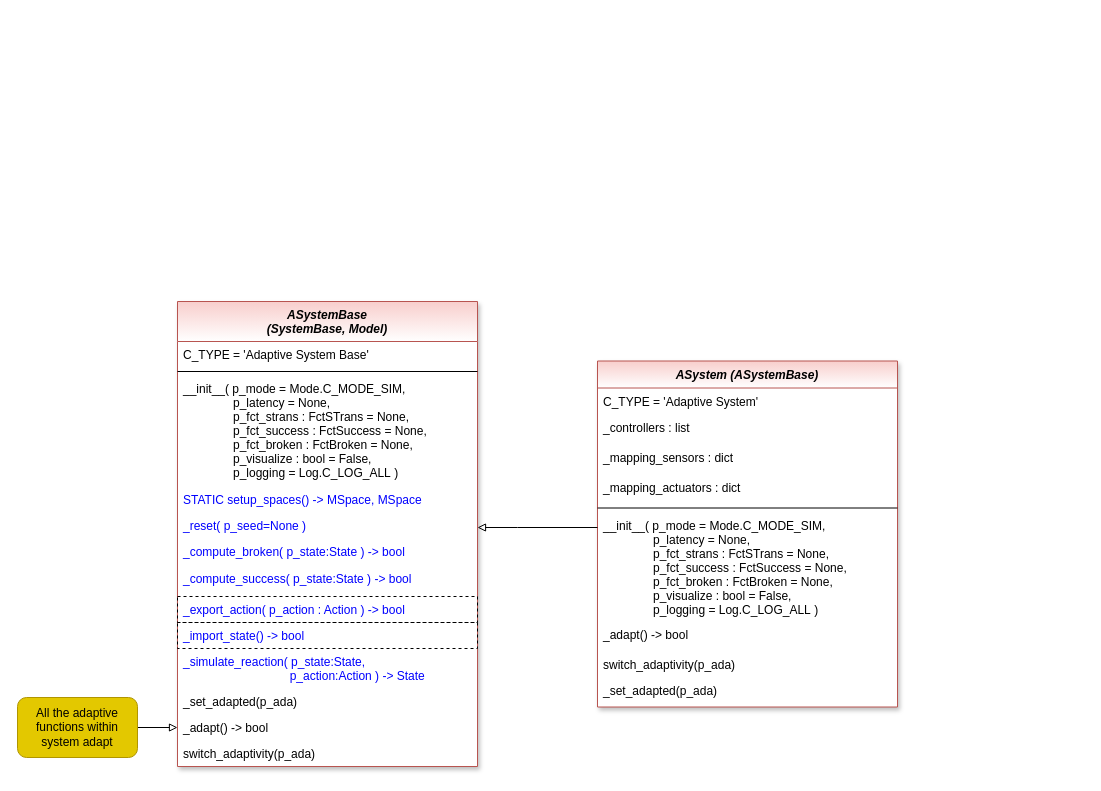
fhswf/MLPro keeps this draw.io diagram as doc/rtd/content/04_appendices/appendix2/sub/core/images/bf/MLPro-BF-Systems-AdaptiveSystems_class_diagram.drawio. Above is the earlier version. Source tidied: cells renumbered, new cells numbered last; positions are measured from the earlier drawing's top-left corner, leaving out a move shared by most shapes. Both pictures are drawn from the tidied source at 100%, with x=0, y=0 at pixel (17, 301).
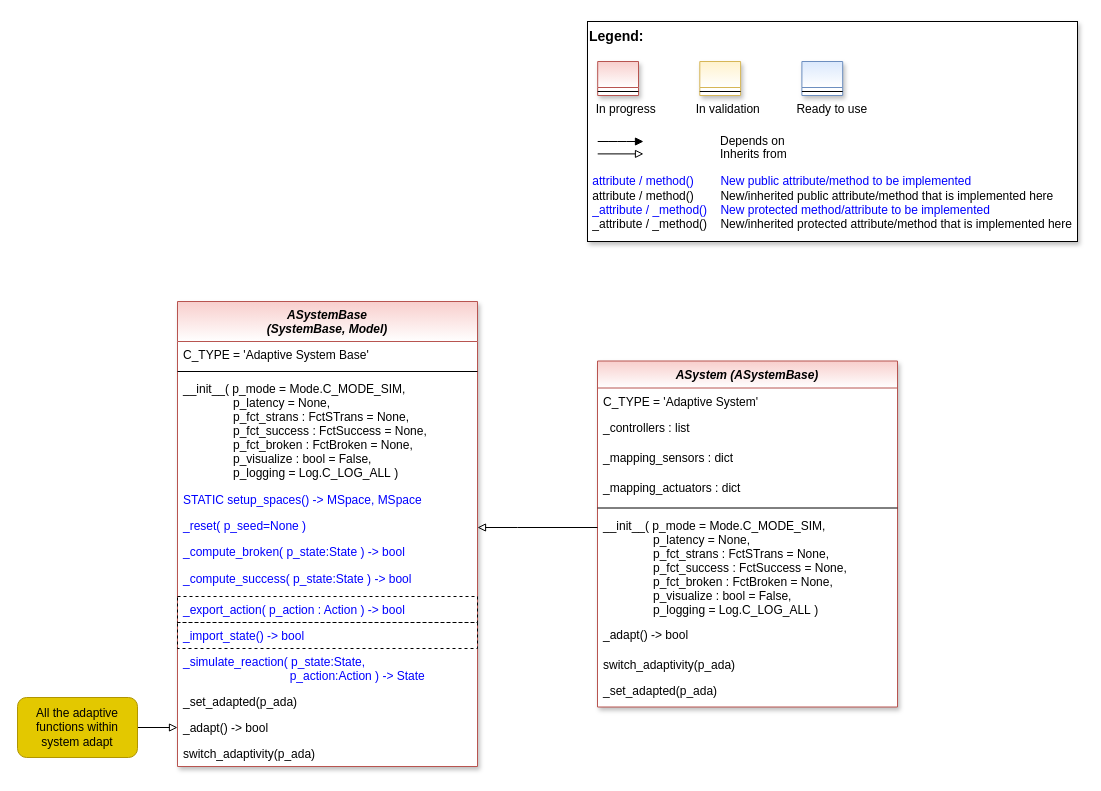
The same page after the edit.

Commit message (it also covers changes not shown here):
adaptive systems, oa systems

Change to the diagram source:
```diff
@@
+    <mxCell id="29" style="group;" parent="1" vertex="1">
+      <mxGeometry x="570" y="-280" width="490" height="220" as="geometry" />
+    </mxCell>
+    <mxCell id="30" value="&lt;font color=&quot;#000000&quot; size=&quot;1&quot;&gt;&lt;b style=&quot;font-size: 14px&quot;&gt;Legend:&lt;br&gt;&lt;/b&gt;&lt;/font&gt;&lt;br&gt;&lt;br&gt;&lt;br&gt;&lt;font color=&quot;#0000ff&quot; style=&quot;font-size: 6px&quot;&gt;&lt;br&gt;&lt;/font&gt;&lt;span style=&quot;color: rgb(0 , 0 , 0)&quot;&gt;&lt;font style=&quot;font-size: 4px&quot;&gt;&amp;nbsp; &amp;nbsp;&lt;/font&gt;&amp;nbsp;In progress&amp;nbsp; &amp;nbsp; &amp;nbsp; &amp;nbsp; &amp;nbsp; &amp;nbsp; In validation&amp;nbsp; &amp;nbsp; &amp;nbsp; &amp;nbsp; &amp;nbsp; &amp;nbsp;Ready to use&lt;/span&gt;&lt;font color=&quot;#000000&quot;&gt;&amp;nbsp;&lt;br&gt;&lt;/font&gt;&lt;font color=&quot;#0000ff&quot;&gt;&lt;br&gt;&lt;br&gt;&lt;br&gt;&lt;br&gt;&amp;nbsp;attribute / method()&amp;nbsp; &amp;nbsp; &amp;nbsp; &amp;nbsp; New public attribute/method to be implemented&lt;/font&gt;&lt;br&gt;&lt;font color=&quot;#000000&quot;&gt;&amp;nbsp;&lt;/font&gt;&lt;font color=&quot;#000000&quot;&gt;attribute / method()&lt;span&gt;&#9;&lt;/span&gt;&amp;nbsp; &amp;nbsp; &amp;nbsp; &amp;nbsp;New/inherited public attribute/method that is implemented here&lt;br&gt;&lt;/font&gt;&lt;font color=&quot;#0000ff&quot;&gt;&amp;nbsp;_attribute /&amp;nbsp;&lt;/font&gt;&lt;font color=&quot;#0000ff&quot;&gt;_method()&amp;nbsp; &amp;nbsp; New protected method/attribute to be implemented&lt;/font&gt;&lt;br&gt;&lt;font color=&quot;#000000&quot;&gt;&amp;nbsp;_attribute / _method()&amp;nbsp; &amp;nbsp; New/inherited protected attribute/method that is implemented here&lt;br&gt;&lt;/font&gt;&lt;font color=&quot;#000000&quot;&gt;&lt;br&gt;&lt;br&gt;&lt;br&gt;&lt;br&gt;&lt;br&gt;&lt;/font&gt;" style="text;html=1;align=left;verticalAlign=top;whiteSpace=wrap;rounded=0;fontColor=#006600;strokeColor=#000000;shadow=1;fillColor=#ffffff;" parent="29" vertex="1">
+      <mxGeometry width="490" height="220" as="geometry" />
+    </mxCell>
+    <mxCell id="31" value="Depends on" style="endArrow=block;html=1;labelPosition=right;verticalLabelPosition=middle;align=left;verticalAlign=middle;endFill=1;fontSize=12;" parent="29" edge="1">
+      <mxGeometry x="-1623.1" y="-2180" as="geometry">
+        <mxPoint x="10.2" y="120" as="sourcePoint" />
+        <mxPoint x="56" y="120" as="targetPoint" />
+        <Array as="points">
+          <mxPoint x="30.6" y="120" />
+        </Array>
+        <mxPoint x="98" as="offset" />
+      </mxGeometry>
+    </mxCell>
+    <mxCell id="32" value="Inherits from" style="endArrow=block;html=1;labelPosition=right;verticalLabelPosition=middle;align=left;verticalAlign=middle;endFill=0;fontSize=12;" parent="29" edge="1">
+      <mxGeometry x="-1623.1" y="-2180" as="geometry">
+        <mxPoint x="10.2" y="132.4" as="sourcePoint" />
+        <mxPoint x="56" y="132.4" as="targetPoint" />
+        <mxPoint x="98" y="1" as="offset" />
+      </mxGeometry>
+    </mxCell>
+    <mxCell id="33" style="swimlane;fontStyle=3;align=center;verticalAlign=top;horizontal=1;startSize=26;rounded=0;shadow=1;strokeWidth=1;fillColor=#f8cecc;strokeColor=#b85450;gradientColor=#ffffff;swimlaneFillColor=#ffffff;" parent="29" vertex="1">
+      <mxGeometry x="10.2" y="40" width="40.8" height="34" as="geometry" />
+    </mxCell>
+    <mxCell id="34" style="line;html=1;strokeWidth=1;align=left;verticalAlign=middle;spacingTop=-1;spacingLeft=3;spacingRight=3;labelPosition=right;" parent="33" vertex="1">
+      <mxGeometry y="26" width="40.8" height="8" as="geometry" />
+    </mxCell>
+    <mxCell id="35" style="swimlane;fontStyle=3;align=center;verticalAlign=top;horizontal=1;startSize=26;rounded=0;shadow=1;strokeWidth=1;fillColor=#fff2cc;strokeColor=#d6b656;gradientColor=#ffffff;swimlaneFillColor=#ffffff;" parent="29" vertex="1">
+      <mxGeometry x="112.3" y="40" width="40.8" height="34" as="geometry" />
+    </mxCell>
+    <mxCell id="36" style="line;html=1;strokeWidth=1;align=left;verticalAlign=middle;spacingTop=-1;spacingLeft=3;spacingRight=3;labelPosition=right;" parent="35" vertex="1">
+      <mxGeometry y="26" width="40.8" height="8" as="geometry" />
+    </mxCell>
+    <mxCell id="37" style="swimlane;fontStyle=3;align=center;verticalAlign=top;horizontal=1;startSize=26;rounded=0;shadow=1;strokeWidth=1;fillColor=#dae8fc;strokeColor=#6c8ebf;gradientColor=#ffffff;swimlaneFillColor=#ffffff;" parent="29" vertex="1">
+      <mxGeometry x="214.4" y="40" width="40.8" height="34" as="geometry" />
+    </mxCell>
+    <mxCell id="38" style="line;html=1;strokeWidth=1;align=left;verticalAlign=middle;spacingTop=-1;spacingLeft=3;spacingRight=3;labelPosition=right;" parent="37" vertex="1">
+      <mxGeometry y="26" width="40.8" height="8" as="geometry" />
+    </mxCell>
```
